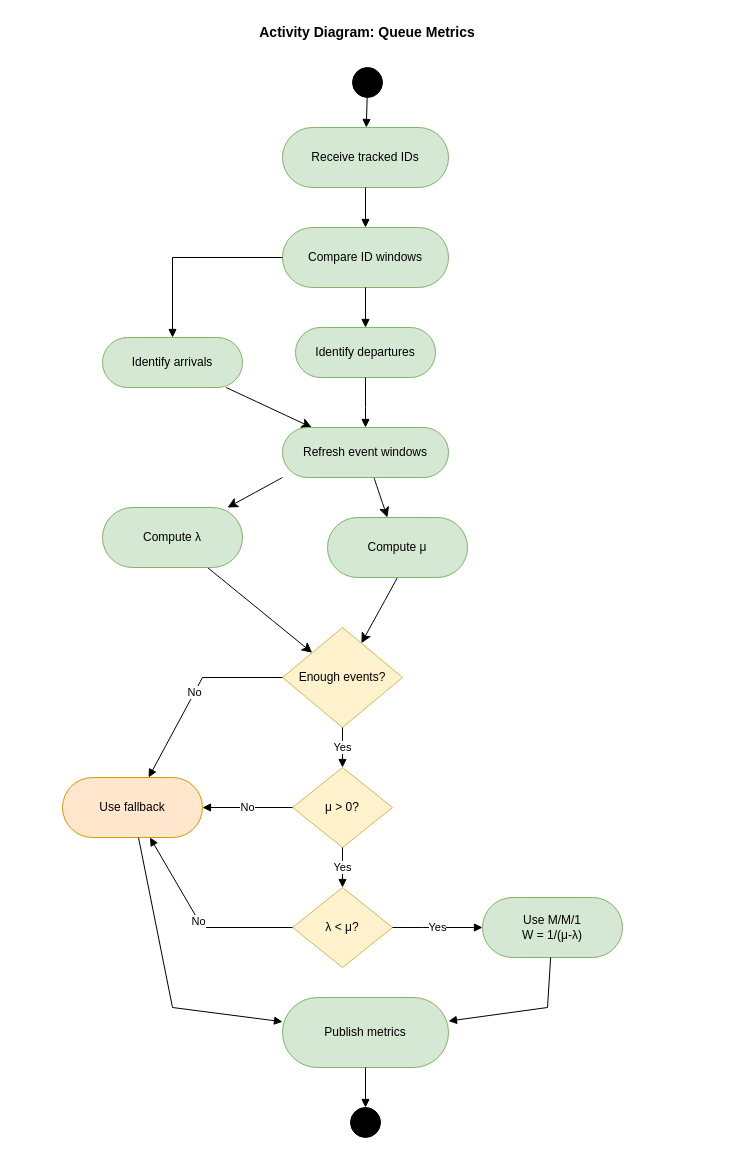
Above: report-latex/figures/drawio/chapter3_activity_Analytics.drawio in Salmen-BA21/Queue-Wait-Time-Estimation (draw.io), before the change. Source tidied: cells renumbered, new cells numbered last; positions are measured from the earlier drawing's top-left corner, leaving out a move shared by most shapes. Both pictures are drawn from the tidied source at 100%, with x=0, y=0 at pixel (17, 17).
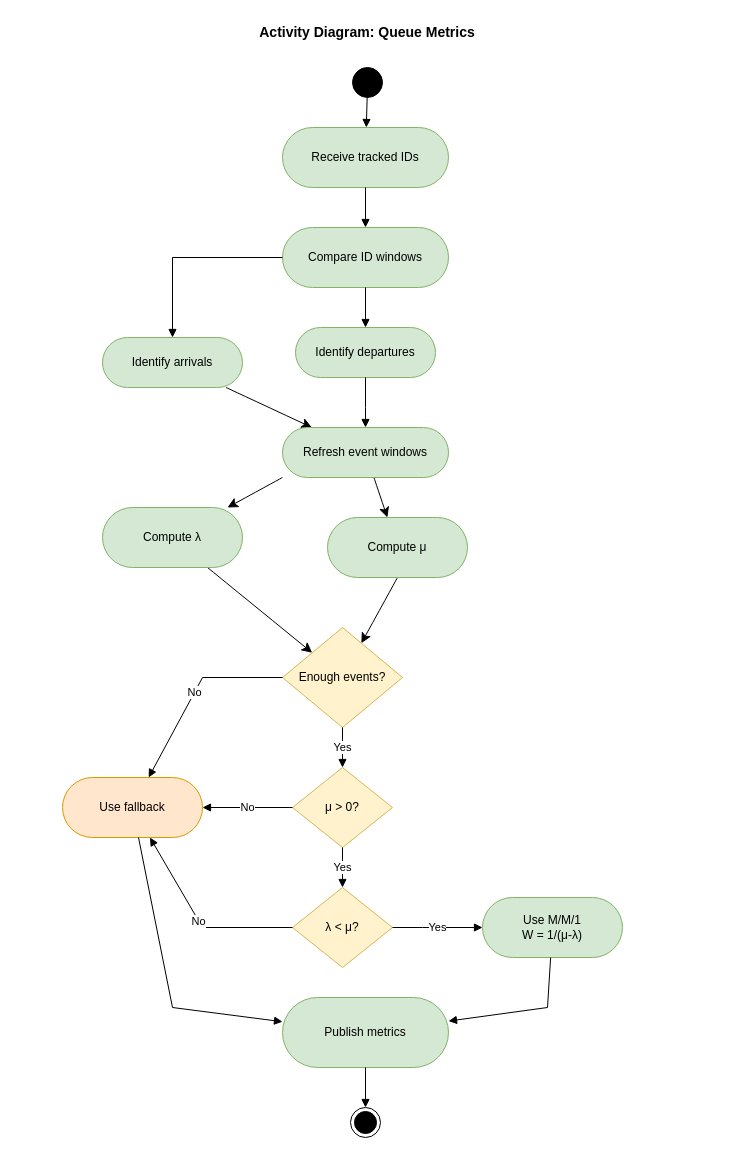
The same diagram, later.

The change refers to these unchanged cells:
```xml
<mxCell id="21" value="Publish metrics" style="rounded=1;arcSize=50;fillColor=#d5e8d4;strokeColor=#82b366;html=1;whiteSpace=wrap;align=center;verticalAlign=middle;" parent="1" vertex="1">
  <mxGeometry x="265" y="980" width="166" height="70" as="geometry" />
</mxCell>
```

Diff of the diagram source:
```diff
@@
-    <mxCell id="22" style="ellipse;shape=doubleEllipse;fillColor=#000000;" parent="1" vertex="1">
-      <mxGeometry x="333" y="1090" width="30" height="30" as="geometry" />
-    </mxCell>
@@
-    <mxCell id="36" style="html=1;endArrow=block;rounded=0;" parent="1" edge="1" source="21" target="22">
-      <mxGeometry relative="1" as="geometry" />
+    <mxCell id="36" style="html=1;endArrow=block;rounded=0;" parent="1" edge="1" source="21">
+      <mxGeometry relative="1" as="geometry">
+        <mxPoint x="348" y="1090" as="targetPoint" />
+      </mxGeometry>
     </mxCell>
+    <mxCell id="37" style="ellipse;html=1;shape=endState;fillColor=strokeColor;" parent="1" vertex="1">
+      <mxGeometry x="333" y="1090" width="30" height="30" as="geometry" />
+    </mxCell>
```
